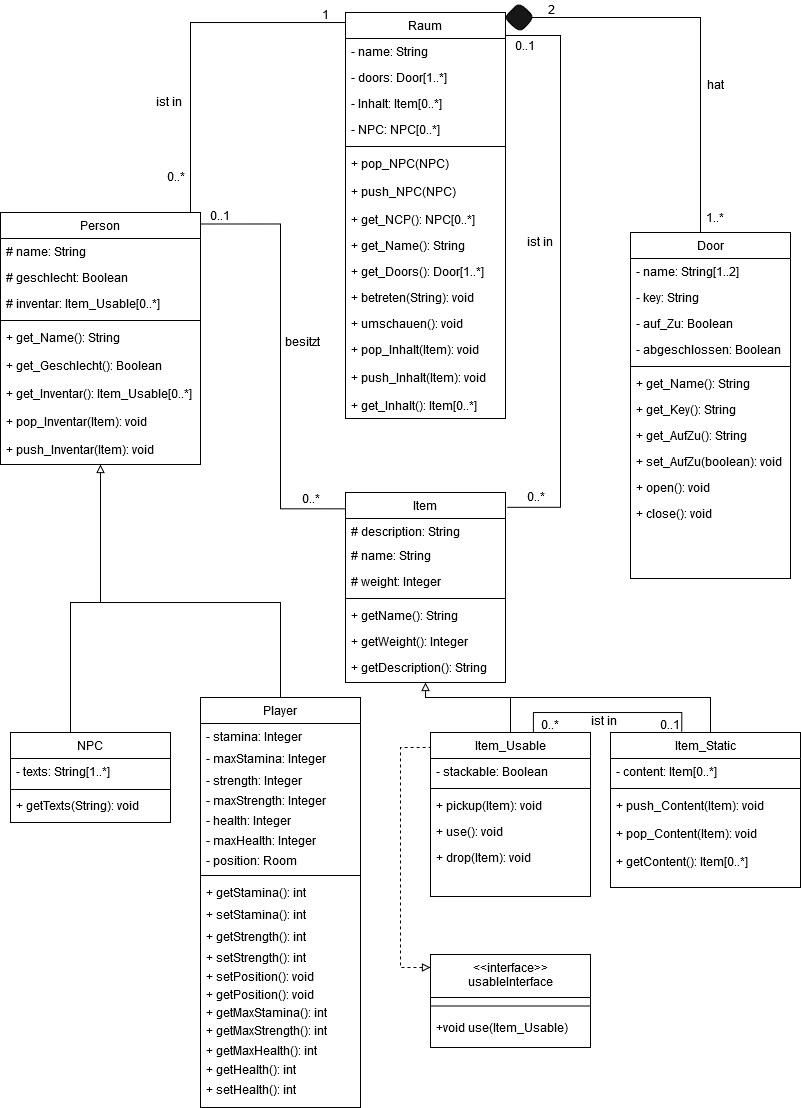
Before: Klassendiagram.png, a diagram exported from draw.io (Elegond/AE-Text-Adventure). Source tidied: cells renumbered, new cells last; positions are measured from the earlier drawing's top-left corner, leaving out a move shared by most shapes.
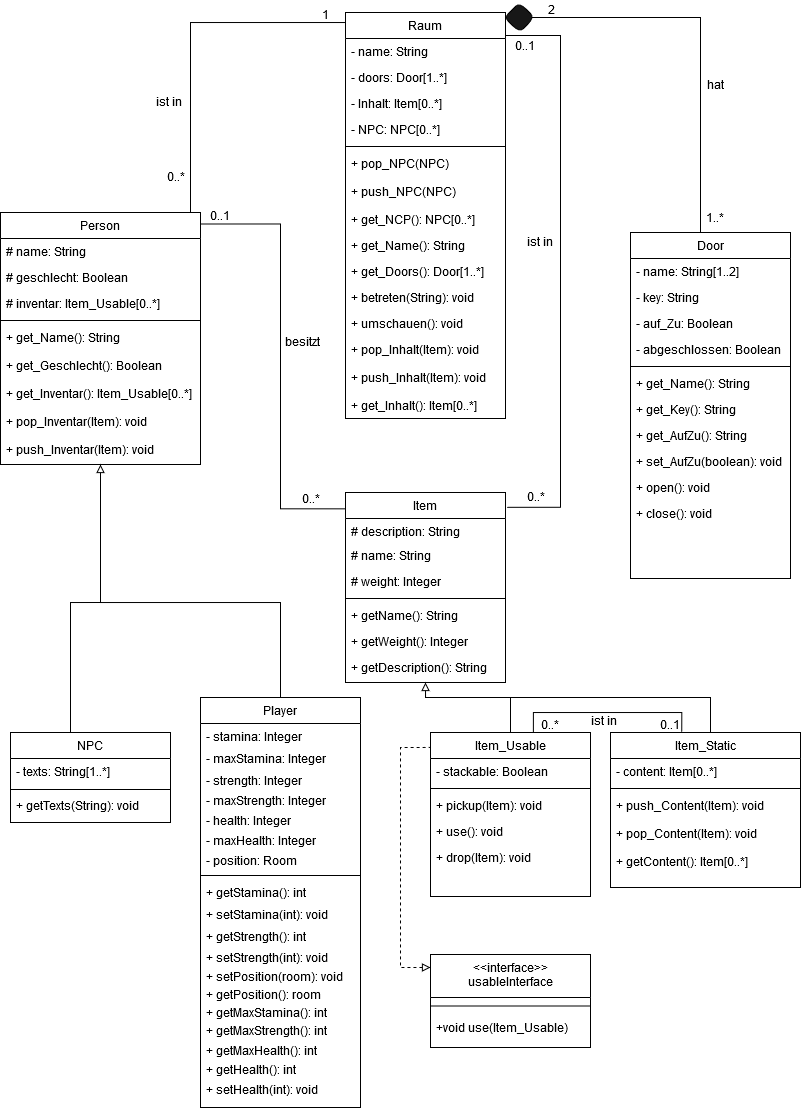
After the change.

The edit, as a diff of the source:
```diff
@@ -359,25 +359,25 @@
     <mxCell id="102" value="+ getStamina(): int" style="text;align=left;verticalAlign=top;spacingLeft=4;spacingRight=4;overflow=hidden;" parent="93" vertex="1">
       <mxGeometry y="182" width="160" height="22" as="geometry" />
     </mxCell>
-    <mxCell id="103" value="+ setStamina(): int" style="text;align=left;verticalAlign=top;spacingLeft=4;spacingRight=4;overflow=hidden;" parent="93" vertex="1">
+    <mxCell id="103" value="+ setStamina(int): void" style="text;align=left;verticalAlign=top;spacingLeft=4;spacingRight=4;overflow=hidden;" parent="93" vertex="1">
       <mxGeometry y="204" width="160" height="22" as="geometry" />
     </mxCell>
     <mxCell id="104" value="+ getStrength(): int" style="text;align=left;verticalAlign=top;spacingLeft=4;spacingRight=4;overflow=hidden;" parent="93" vertex="1">
       <mxGeometry y="226" width="160" height="21" as="geometry" />
     </mxCell>
-    <mxCell id="105" value="+ setStrength(): int" style="text;align=left;verticalAlign=top;spacingLeft=4;spacingRight=4;overflow=hidden;" parent="93" vertex="1">
+    <mxCell id="105" value="+ setStrength(int): void" style="text;align=left;verticalAlign=top;spacingLeft=4;spacingRight=4;overflow=hidden;" parent="93" vertex="1">
       <mxGeometry y="247" width="160" height="25" as="geometry" />
     </mxCell>
     <mxCell id="106" value="+ getHealth(): int" style="text;align=left;verticalAlign=top;spacingLeft=4;spacingRight=4;overflow=hidden;" parent="1" vertex="1">
       <mxGeometry x="200" y="1056" width="160" height="27" as="geometry" />
     </mxCell>
-    <mxCell id="107" value="+ setHealth(): int" style="text;align=left;verticalAlign=top;spacingLeft=4;spacingRight=4;overflow=hidden;" parent="1" vertex="1">
+    <mxCell id="107" value="+ setHealth(int): void" style="text;align=left;verticalAlign=top;spacingLeft=4;spacingRight=4;overflow=hidden;" parent="1" vertex="1">
       <mxGeometry x="200" y="1076" width="160" height="27" as="geometry" />
     </mxCell>
-    <mxCell id="108" value="+ getPosition(): void" style="text;align=left;verticalAlign=top;spacingLeft=4;spacingRight=4;overflow=hidden;" parent="1" vertex="1">
+    <mxCell id="108" value="+ getPosition(): room" style="text;align=left;verticalAlign=top;spacingLeft=4;spacingRight=4;overflow=hidden;" parent="1" vertex="1">
       <mxGeometry x="200" y="981" width="160" height="27" as="geometry" />
     </mxCell>
-    <mxCell id="109" value="+ setPosition(): void" style="text;align=left;verticalAlign=top;spacingLeft=4;spacingRight=4;overflow=hidden;" parent="1" vertex="1">
+    <mxCell id="109" value="+ setPosition(room): void" style="text;align=left;verticalAlign=top;spacingLeft=4;spacingRight=4;overflow=hidden;" parent="1" vertex="1">
       <mxGeometry x="200" y="963" width="160" height="27" as="geometry" />
     </mxCell>
     <mxCell id="110" value="+ getMaxStamina(): int" style="text;align=left;verticalAlign=top;spacingLeft=4;spacingRight=4;overflow=hidden;" parent="1" vertex="1">
```
